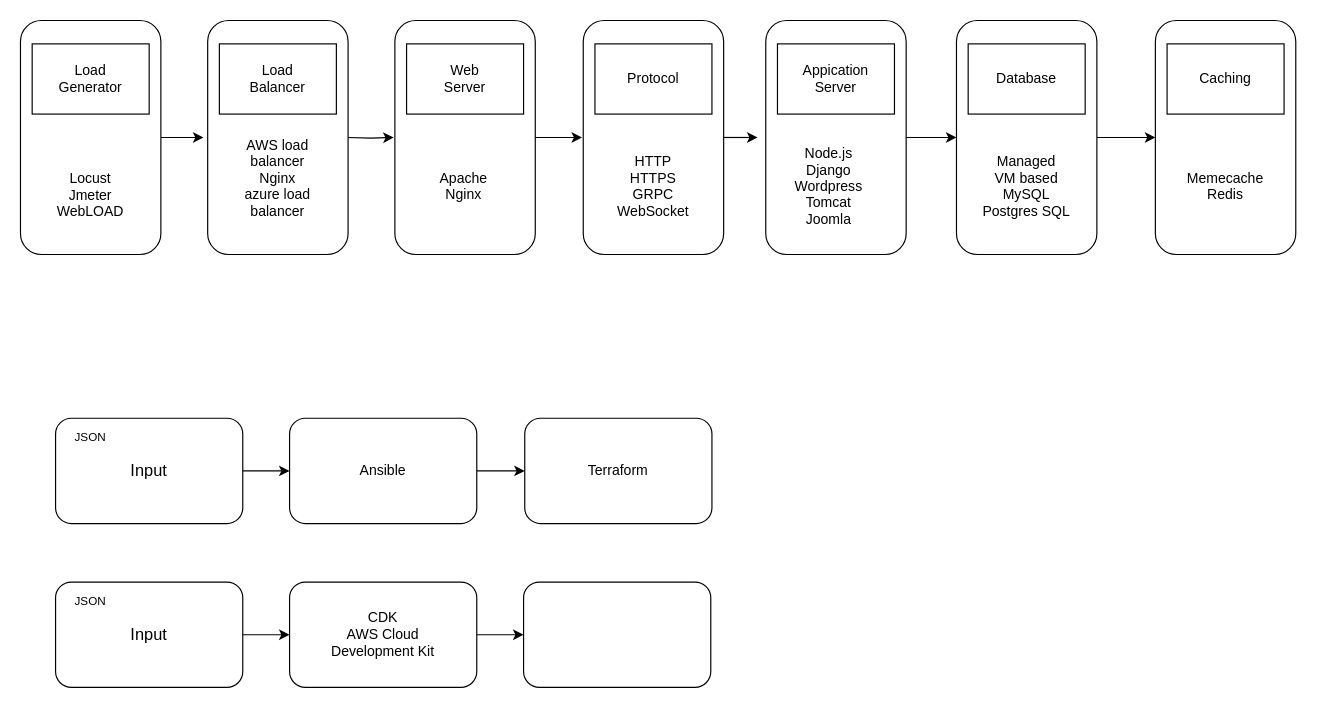
The draw.io diagram Untitled Diagram.drawio in hemantkumarintel/test, before the edit. Source tidied: cells renumbered, new cells numbered last; positions are measured from the earlier drawing's top-left corner, leaving out a move shared by most shapes. Both pictures are drawn from the tidied source at 117%, with x=0, y=0 at pixel (20, 20).
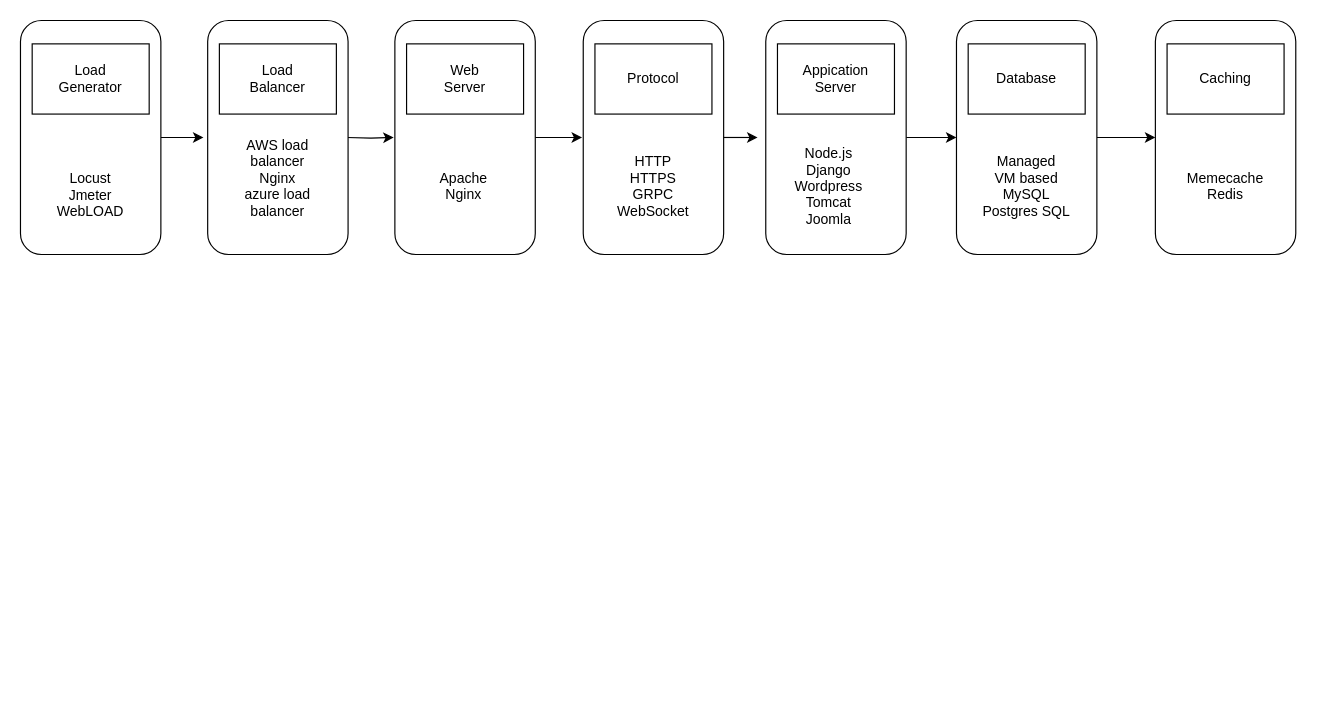
Above is the later version.

The edit, as a diff of the source:
```diff
@@
-    <mxCell id="12" style="edgeStyle=orthogonalEdgeStyle;rounded=0;jettySize=auto;html=1;fontSize=10;" parent="1" edge="1" source="13" target="17">
-      <mxGeometry relative="1" as="geometry" />
-    </mxCell>
-    <mxCell id="13" style="rounded=1;whiteSpace=wrap;html=1;glass=0;" parent="1" vertex="1">
-      <mxGeometry x="30" y="480" width="160" height="90" as="geometry" />
-    </mxCell>
-    <mxCell id="14" value="Input" style="text;html=1;strokeColor=none;fillColor=none;align=center;verticalAlign=middle;whiteSpace=wrap;rounded=0;glass=0;fontSize=14;" parent="1" vertex="1">
-      <mxGeometry x="80" y="510" width="60" height="30" as="geometry" />
-    </mxCell>
-    <mxCell id="15" value="&lt;font style=&quot;font-size: 10px;&quot;&gt;JSON&lt;/font&gt;" style="text;html=1;strokeColor=none;fillColor=none;align=center;verticalAlign=middle;whiteSpace=wrap;rounded=0;glass=0;fontSize=14;" parent="1" vertex="1">
-      <mxGeometry x="30" y="480" width="60" height="30" as="geometry" />
-    </mxCell>
-    <mxCell id="16" style="edgeStyle=orthogonalEdgeStyle;rounded=0;jettySize=auto;html=1;fontSize=10;" parent="1" edge="1" source="17" target="39">
-      <mxGeometry relative="1" as="geometry" />
-    </mxCell>
-    <mxCell id="17" value="CDK&lt;br&gt;AWS Cloud &lt;br&gt;Development Kit" style="rounded=1;whiteSpace=wrap;html=1;glass=0;" parent="1" vertex="1">
-      <mxGeometry x="230" y="480" width="160" height="90" as="geometry" />
-    </mxCell>
@@
-    <mxCell id="39" style="rounded=1;whiteSpace=wrap;html=1;glass=0;" parent="1" vertex="1">
-      <mxGeometry x="430" y="480" width="160" height="90" as="geometry" />
-    </mxCell>
-    <mxCell id="40" style="edgeStyle=orthogonalEdgeStyle;rounded=0;jettySize=auto;html=1;fontSize=10;" parent="1" edge="1" source="41" target="45">
-      <mxGeometry relative="1" as="geometry" />
-    </mxCell>
-    <mxCell id="41" style="rounded=1;whiteSpace=wrap;html=1;glass=0;" parent="1" vertex="1">
-      <mxGeometry x="30" y="340" width="160" height="90" as="geometry" />
-    </mxCell>
-    <mxCell id="42" value="Input" style="text;html=1;strokeColor=none;fillColor=none;align=center;verticalAlign=middle;whiteSpace=wrap;rounded=0;glass=0;fontSize=14;" parent="1" vertex="1">
-      <mxGeometry x="80" y="370" width="60" height="30" as="geometry" />
-    </mxCell>
-    <mxCell id="43" value="&lt;font style=&quot;font-size: 10px;&quot;&gt;JSON&lt;/font&gt;" style="text;html=1;strokeColor=none;fillColor=none;align=center;verticalAlign=middle;whiteSpace=wrap;rounded=0;glass=0;fontSize=14;" parent="1" vertex="1">
-      <mxGeometry x="30" y="340" width="60" height="30" as="geometry" />
-    </mxCell>
-    <mxCell id="44" style="edgeStyle=orthogonalEdgeStyle;rounded=0;jettySize=auto;html=1;fontSize=10;" parent="1" edge="1" source="45" target="46">
-      <mxGeometry relative="1" as="geometry" />
-    </mxCell>
-    <mxCell id="45" value="Ansible" style="rounded=1;whiteSpace=wrap;html=1;glass=0;" parent="1" vertex="1">
-      <mxGeometry x="230" y="340" width="160" height="90" as="geometry" />
-    </mxCell>
-    <mxCell id="46" value="Terraform" style="rounded=1;whiteSpace=wrap;html=1;glass=0;" parent="1" vertex="1">
-      <mxGeometry x="431" y="340" width="160" height="90" as="geometry" />
-    </mxCell>
```
